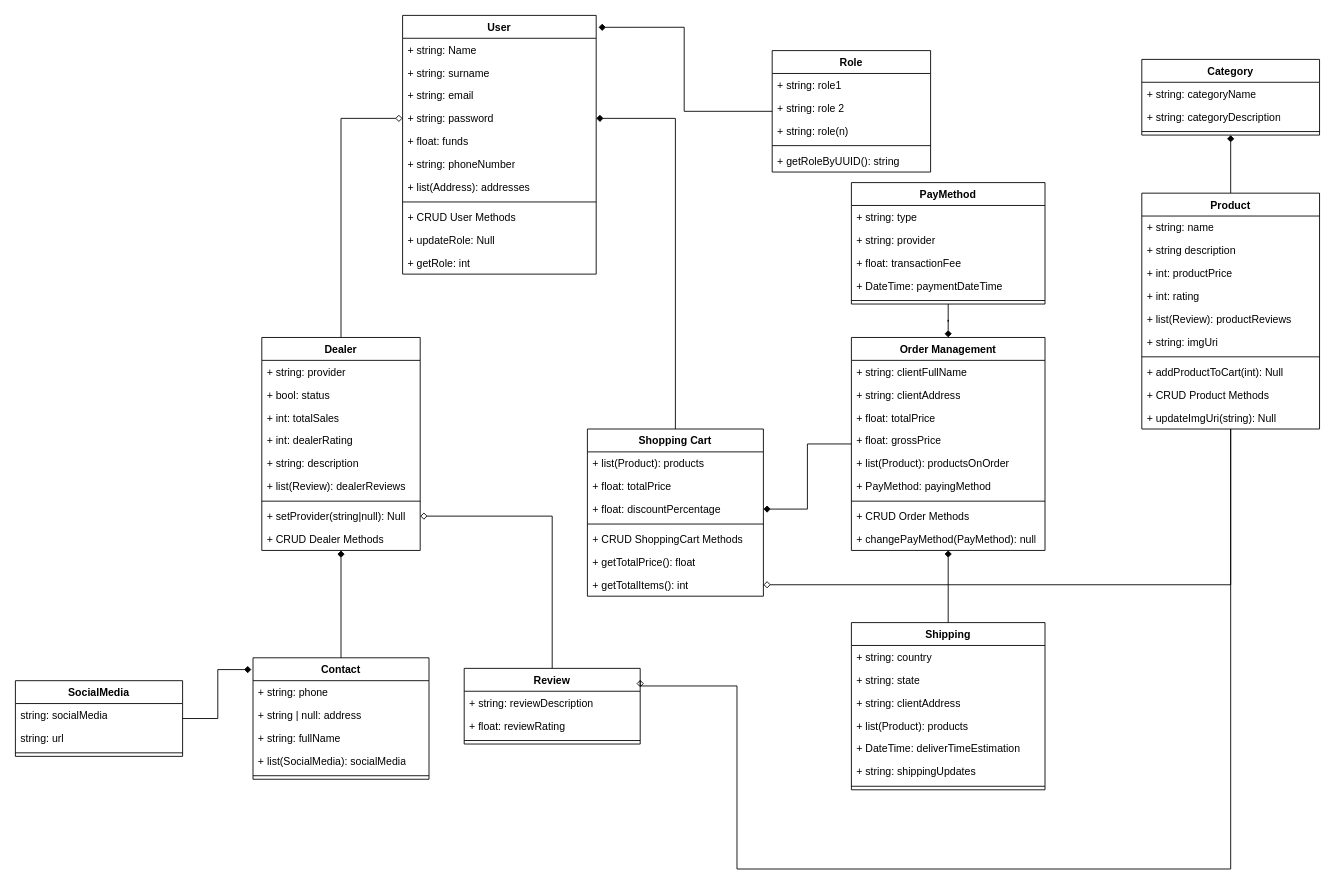
Before: E-commerce Platform/Docs/Class_Diagram.drawio in SebastA-Dev/Feature-Projects, a draw.io diagram. Source tidied: cells renumbered, new cells numbered last; positions are measured from the earlier drawing's top-left corner, leaving out a move shared by most shapes. Both pictures are drawn from the tidied source at 88%, with x=0, y=0 at pixel (15, 15).
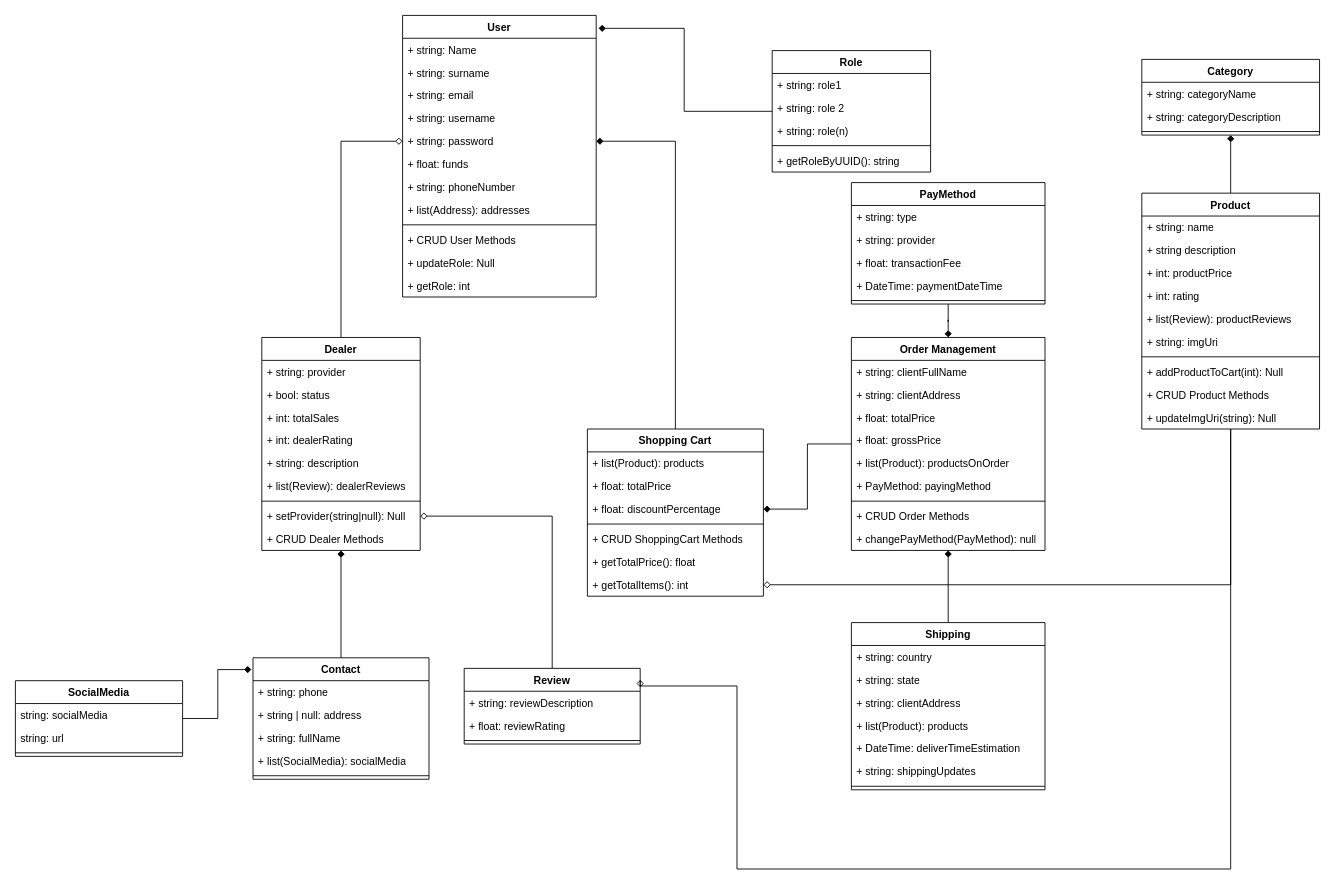
The same page after the edit.

The edit, as a diff of the source:
```diff
@@
     <mxCell id="2" value="User" style="swimlane;fontStyle=1;align=center;verticalAlign=top;horizontal=1;startSize=26;whiteSpace=wrap;html=1;" parent="1" vertex="1">
-      <mxGeometry x="440" width="220" height="294" as="geometry" />
+      <mxGeometry x="440" width="220" height="320" as="geometry" />
     </mxCell>
@@
+    <mxCell id="103" value="+ string: username" style="text;strokeColor=none;fillColor=none;align=left;verticalAlign=top;spacingLeft=4;spacingRight=4;overflow=hidden;whiteSpace=wrap;html=1;" parent="2" vertex="1">
+      <mxGeometry y="104" width="220" height="26" as="geometry" />
+    </mxCell>
     <mxCell id="6" value="+ string: password" style="text;strokeColor=none;fillColor=none;align=left;verticalAlign=top;spacingLeft=4;spacingRight=4;overflow=hidden;points=[[0,0.5],[1,0.5]];portConstraint=eastwest;whiteSpace=wrap;html=1;" parent="2" vertex="1">
-      <mxGeometry y="104" width="220" height="26" as="geometry" />
+      <mxGeometry y="130" width="220" height="26" as="geometry" />
     </mxCell>
     <mxCell id="7" value="+ float: funds" style="text;strokeColor=none;fillColor=none;align=left;verticalAlign=top;spacingLeft=4;spacingRight=4;overflow=hidden;whiteSpace=wrap;html=1;" parent="2" vertex="1">
-      <mxGeometry y="130" width="220" height="26" as="geometry" />
+      <mxGeometry y="156" width="220" height="26" as="geometry" />
     </mxCell>
     <mxCell id="8" value="+ string: phoneNumber" style="text;strokeColor=none;fillColor=none;align=left;verticalAlign=top;spacingLeft=4;spacingRight=4;overflow=hidden;whiteSpace=wrap;html=1;" parent="2" vertex="1">
-      <mxGeometry y="156" width="220" height="26" as="geometry" />
+      <mxGeometry y="182" width="220" height="26" as="geometry" />
     </mxCell>
     <mxCell id="9" value="+ list(Address): addresses" style="text;strokeColor=none;fillColor=none;align=left;verticalAlign=top;spacingLeft=4;spacingRight=4;overflow=hidden;whiteSpace=wrap;html=1;" parent="2" vertex="1">
-      <mxGeometry y="182" width="220" height="26" as="geometry" />
+      <mxGeometry y="208" width="220" height="26" as="geometry" />
     </mxCell>
     <mxCell id="10" style="line;strokeWidth=1;fillColor=none;align=left;verticalAlign=middle;spacingTop=-1;spacingLeft=3;spacingRight=3;labelPosition=right;strokeColor=inherit;" parent="2" vertex="1">
-      <mxGeometry y="208" width="220" height="8" as="geometry" />
+      <mxGeometry y="234" width="220" height="8" as="geometry" />
     </mxCell>
     <mxCell id="11" value="&lt;div&gt;+ CRUD User Methods&lt;/div&gt;" style="text;strokeColor=none;fillColor=none;align=left;verticalAlign=top;spacingLeft=4;spacingRight=4;overflow=hidden;whiteSpace=wrap;html=1;" parent="2" vertex="1">
-      <mxGeometry y="216" width="220" height="26" as="geometry" />
+      <mxGeometry y="242" width="220" height="26" as="geometry" />
     </mxCell>
     <mxCell id="12" value="+ updateRole: Null" style="text;strokeColor=none;fillColor=none;align=left;verticalAlign=top;spacingLeft=4;spacingRight=4;overflow=hidden;whiteSpace=wrap;html=1;" parent="2" vertex="1">
-      <mxGeometry y="242" width="220" height="26" as="geometry" />
+      <mxGeometry y="268" width="220" height="26" as="geometry" />
     </mxCell>
     <mxCell id="13" value="+ getRole: int" style="text;strokeColor=none;fillColor=none;align=left;verticalAlign=top;spacingLeft=4;spacingRight=4;overflow=hidden;whiteSpace=wrap;html=1;" parent="2" vertex="1">
-      <mxGeometry y="268" width="220" height="26" as="geometry" />
+      <mxGeometry y="294" width="220" height="26" as="geometry" />
     </mxCell>
```
